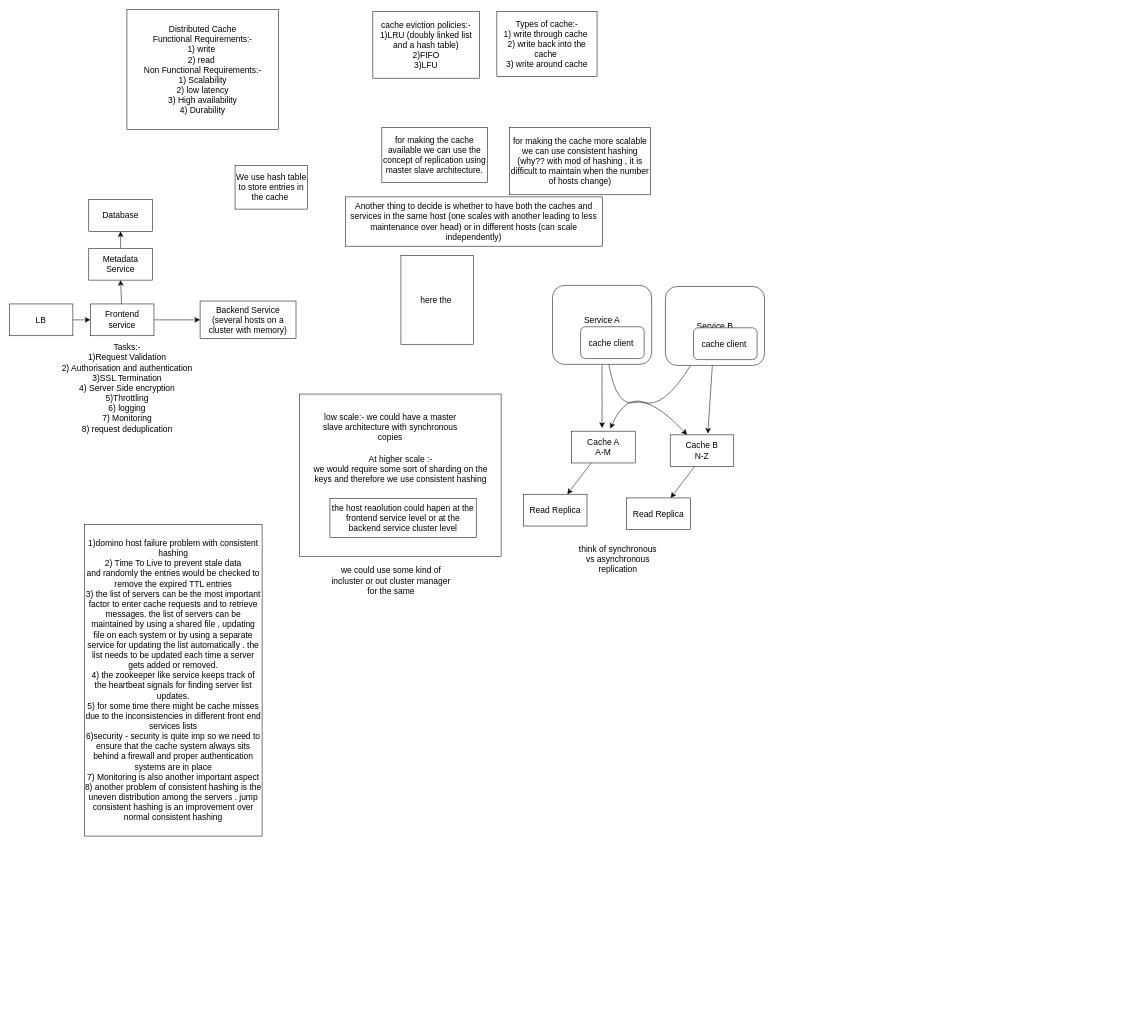
Earlier version of the draw.io diagram page "Distriibuted Cache" (2 of 4) of NonCodeKarleHLD.drawio (DMohanty99/HLD). Source tidied: cells renumbered, new cells numbered last; positions are measured from the earlier drawing's top-left corner, leaving out a move shared by most shapes. Both pictures are drawn from the tidied source at 53%, with x=0, y=0 at pixel (9, 9).
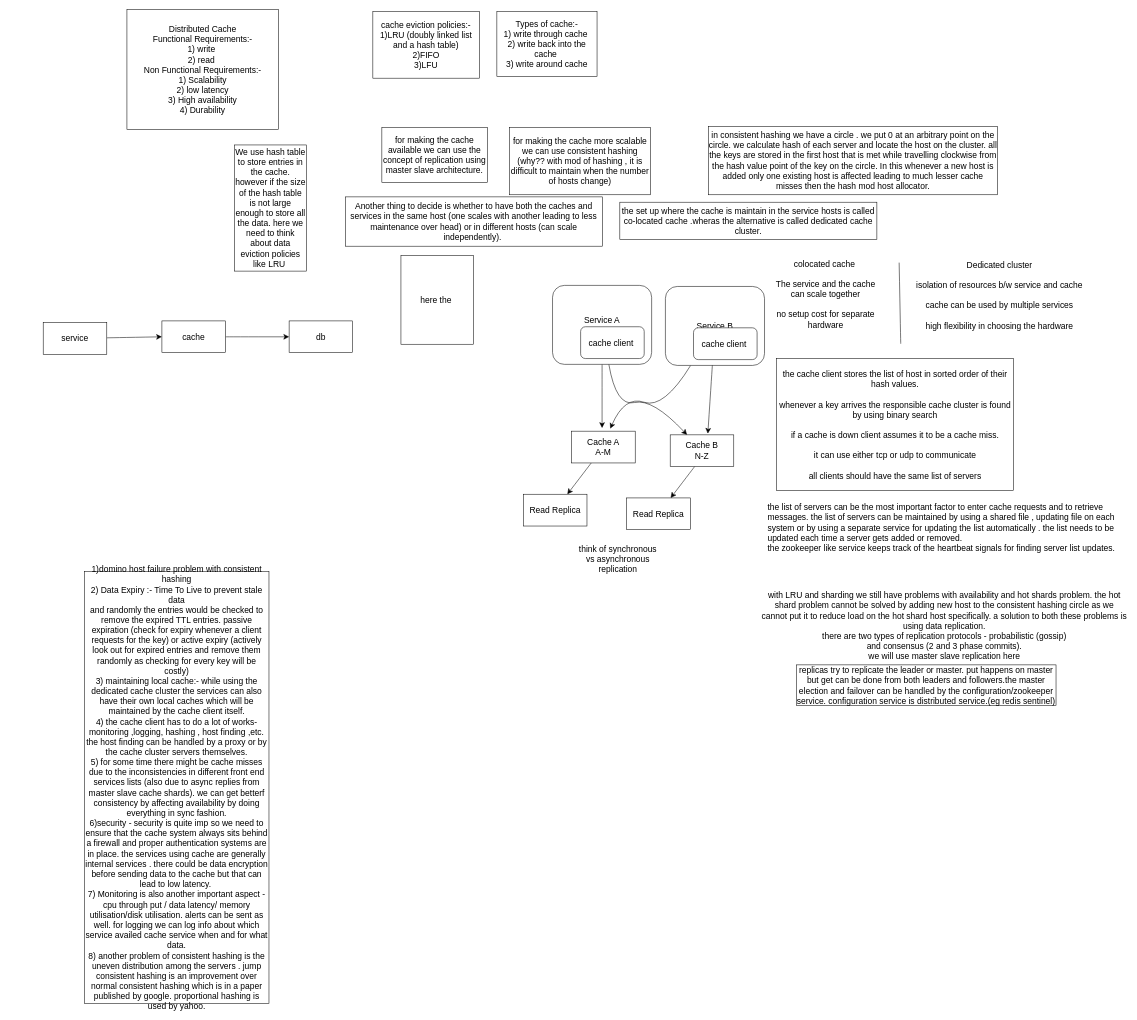
Above is the later version.

Commit message:
Added rate Limiting service

The edit, as a diff of the source:
```diff
@@
-    <mxCell id="10" style="edgeStyle=none;curved=1;rounded=0;jettySize=auto;html=1;fontSize=12;startSize=8;endSize=8;" parent="1" edge="1" source="11" target="14">
-      <mxGeometry relative="1" as="geometry" />
-    </mxCell>
-    <mxCell id="11" value="LB" style="rounded=0;whiteSpace=wrap;html=1;fontSize=16;" parent="1" vertex="1">
-      <mxGeometry y="556" width="120" height="60" as="geometry" />
-    </mxCell>
-    <mxCell id="12" style="edgeStyle=none;curved=1;rounded=0;jettySize=auto;html=1;entryX=0.5;entryY=1;entryDx=0;entryDy=0;fontSize=12;startSize=8;endSize=8;" parent="1" edge="1" source="14" target="17">
-      <mxGeometry relative="1" as="geometry" />
-    </mxCell>
-    <mxCell id="13" style="edgeStyle=none;curved=1;rounded=0;jettySize=auto;html=1;fontSize=12;startSize=8;endSize=8;" parent="1" edge="1" source="14" target="19">
-      <mxGeometry relative="1" as="geometry" />
-    </mxCell>
-    <mxCell id="14" value="Frontend service&lt;br&gt;" style="rounded=0;whiteSpace=wrap;html=1;fontSize=16;" parent="1" vertex="1">
-      <mxGeometry x="153" y="556" width="120" height="60" as="geometry" />
-    </mxCell>
-    <mxCell id="15" value="Tasks:-&lt;br&gt;1)Request Validation&lt;br&gt;2) Authorisation and authentication&lt;br&gt;3)SSL Termination&lt;br&gt;4) Server Side encryption&lt;br&gt;5)Throttling&lt;br&gt;6) logging&lt;br&gt;7) Monitoring&lt;br&gt;8) request deduplication" style="text;html=1;strokeColor=none;fillColor=none;align=center;verticalAlign=middle;whiteSpace=wrap;rounded=0;fontSize=16;" parent="1" vertex="1">
-      <mxGeometry x="77" y="634" width="291" height="162" as="geometry" />
-    </mxCell>
-    <mxCell id="16" style="edgeStyle=none;curved=1;rounded=0;jettySize=auto;html=1;fontSize=12;startSize=8;endSize=8;" parent="1" edge="1" source="17" target="18">
-      <mxGeometry relative="1" as="geometry" />
-    </mxCell>
-    <mxCell id="17" value="Metadata Service" style="rounded=0;whiteSpace=wrap;html=1;fontSize=16;" parent="1" vertex="1">
-      <mxGeometry x="150" y="451" width="120" height="60" as="geometry" />
-    </mxCell>
-    <mxCell id="18" value="Database" style="rounded=0;whiteSpace=wrap;html=1;fontSize=16;" parent="1" vertex="1">
-      <mxGeometry x="150" y="359" width="120" height="60" as="geometry" />
-    </mxCell>
-    <mxCell id="19" value="Backend Service&lt;br&gt;(several hosts on a cluster with memory)" style="whiteSpace=wrap;html=1;fontSize=16;rounded=0;" parent="1" vertex="1">
-      <mxGeometry x="360" y="550.5" width="181" height="71" as="geometry" />
-    </mxCell>
-    <mxCell id="20" style="rounded=0;whiteSpace=wrap;html=1;fontSize=16;" parent="1" vertex="1">
-      <mxGeometry x="548" y="726" width="380" height="306" as="geometry" />
+    <mxCell id="20" value="replicas try to replicate the leader or master. put happens on master but get can be done from both leaders and followers.the master election and failover can be handled by the configuration/zookeeper service. configuration service is distributed service.(eg redis sentinel)" style="rounded=0;whiteSpace=wrap;html=1;fontSize=16;" parent="1" vertex="1">
+      <mxGeometry x="1485" y="1237" width="490" height="77" as="geometry" />
     </mxCell>
-    <mxCell id="21" value="low scale:- we could have a master slave architecture with synchronous copies" style="text;html=1;strokeColor=none;fillColor=none;align=center;verticalAlign=middle;whiteSpace=wrap;rounded=0;fontSize=16;" parent="1" vertex="1">
-      <mxGeometry x="584" y="763" width="270" height="50" as="geometry" />
-    </mxCell>
-    <mxCell id="22" value="At higher scale :-&lt;br&gt;we would require some sort of sharding on the keys and therefore we use consistent hashing" style="text;html=1;strokeColor=none;fillColor=none;align=center;verticalAlign=middle;whiteSpace=wrap;rounded=0;fontSize=16;" parent="1" vertex="1">
-      <mxGeometry x="569.5" y="843" width="337" height="50" as="geometry" />
-    </mxCell>
-    <mxCell id="23" value="the host reaolution could hapen at the frontend service level or at the backend service cluster level" style="rounded=0;whiteSpace=wrap;html=1;fontSize=16;" parent="1" vertex="1">
-      <mxGeometry x="605" y="923" width="276" height="74" as="geometry" />
-    </mxCell>
-    <mxCell id="24" value="we could use some kind of incluster or out cluster manager for the same" style="text;html=1;strokeColor=none;fillColor=none;align=center;verticalAlign=middle;whiteSpace=wrap;rounded=0;fontSize=16;" parent="1" vertex="1">
-      <mxGeometry x="600" y="1037" width="241" height="81" as="geometry" />
-    </mxCell>
-    <mxCell id="25" value="1)domino host failure problem with consistent hashing&lt;br&gt;2) Time To Live to prevent stale data&lt;br&gt;and randomly the entries would be checked to remove the expired TTL entries&lt;br&gt;3) the list of servers can be the most important factor to enter cache requests and to retrieve messages. the list of servers can be maintained by using a shared file , updating file on each system or by using a separate service for updating the list automatically . the list needs to be updated each time a server gets added or removed.&lt;br&gt;4) the zookeeper like service keeps track of the heartbeat signals for finding server list updates.&lt;br&gt;5) for some time there might be cache misses due to the inconsistencies in different front end services lists&lt;br&gt;6)security - security is quite imp so we need to ensure that the cache system always sits behind a firewall and proper authentication systems are in place&lt;br&gt;7) Monitoring is also another important aspect&lt;br&gt;8) another problem of consistent hashing is the uneven distribution among the servers . jump consistent hashing is an improvement over normal consistent hashing" style="rounded=0;whiteSpace=wrap;html=1;fontSize=16;" parent="1" vertex="1">
-      <mxGeometry x="142" y="972" width="335" height="588" as="geometry" />
+    <mxCell id="25" value="1)domino host failure problem with consistent hashing&lt;br&gt;2) Data Expiry :- Time To Live to prevent stale data&lt;br&gt;and randomly the entries would be checked to remove the expired TTL entries. passive expiration (check for expiry whenever a client requests for the key) or active expiry (actively look out for expired entries and remove them randomly as checking for every key will be costly)&lt;br&gt;3) maintaining local cache:- while using the dedicated cache cluster the services can also have their own local caches which will be maintained by the cache client itself.&lt;br&gt;4) the cache client has to do a lot of works- monitoring ,logging, hashing , host finding ,etc. the host finding can be handled by a proxy or by the cache cluster servers themselves.&lt;br&gt;5) for some time there might be cache misses due to the inconsistencies in different front end services lists (also due to async replies from master slave cache shards). we can get betterf consistency by affecting availability by doing everything in sync fashion.&lt;br&gt;6)security - security is quite imp so we need to ensure that the cache system always sits behind a firewall and proper authentication systems are in place. the services using cache are generally internal services . there could be data encryption before sending data to the cache but that can lead to low latency.&amp;nbsp;&lt;br&gt;7) Monitoring is also another important aspect - cpu through put / data latency/ memory utilisation/disk utilisation. alerts can be sent as well. for logging we can log info about which service availed cache service when and for what data.&lt;br&gt;8) another problem of consistent hashing is the uneven distribution among the servers . jump consistent hashing is an improvement over normal consistent hashing which is in a paper published by google. proportional hashing is used by yahoo." style="rounded=0;whiteSpace=wrap;html=1;fontSize=16;" parent="1" vertex="1">
+      <mxGeometry x="142" y="1061" width="348" height="815" as="geometry" />
     </mxCell>
@@
-    <mxCell id="27" value="We use hash table to store entries in the cache&amp;nbsp;" style="rounded=0;whiteSpace=wrap;html=1;fontSize=16;" parent="1" vertex="1">
-      <mxGeometry x="426" y="295" width="137" height="82" as="geometry" />
+    <mxCell id="27" value="We use hash table to store entries in the cache. however if the size of the hash table is not large enough to store all the data. here we need to think about data eviction policies like LRU&amp;nbsp;" style="rounded=0;whiteSpace=wrap;html=1;fontSize=16;" parent="1" vertex="1">
+      <mxGeometry x="425" y="256" width="136" height="238" as="geometry" />
     </mxCell>
-    <mxCell id="28" value="Another thing to decide is whether to have both the caches and services in the same host (one scales with another leading to less maintenance over head) or in different hosts (can scale independently)" style="rounded=0;whiteSpace=wrap;html=1;fontSize=16;" parent="1" vertex="1">
+    <mxCell id="28" value="Another thing to decide is whether to have both the caches and services in the same host (one scales with another leading to less maintenance over head) or in different hosts (can scale independently).&amp;nbsp;" style="rounded=0;whiteSpace=wrap;html=1;fontSize=16;" parent="1" vertex="1">
       <mxGeometry x="634" y="354" width="485" height="93" as="geometry" />
     </mxCell>
@@
+    <mxCell id="41" value="the set up where the cache is maintain in the service hosts is called co-located cache .wheras the alternative is called dedicated cache cluster." style="rounded=0;whiteSpace=wrap;html=1;fontSize=16;" parent="1" vertex="1">
+      <mxGeometry x="1152" y="364" width="485" height="70" as="geometry" />
+    </mxCell>
+    <mxCell id="42" value="colocated cache&amp;nbsp;&lt;br&gt;&lt;br&gt;The service and the cache can scale together&lt;br&gt;&lt;br&gt;no setup cost for separate hardware" style="text;html=1;strokeColor=none;fillColor=none;align=center;verticalAlign=middle;whiteSpace=wrap;rounded=0;fontSize=16;" parent="1" vertex="1">
+      <mxGeometry x="1436" y="482" width="209" height="111" as="geometry" />
+    </mxCell>
+    <mxCell id="43" value="Dedicated cluster&lt;br&gt;&lt;br&gt;isolation of resources b/w service and cache&lt;br&gt;&lt;br&gt;cache can be used by multiple services&lt;br&gt;&lt;br&gt;high flexibility in choosing the hardware" style="text;html=1;align=center;verticalAlign=middle;strokeColor=none;fillColor=none;fontSize=16;" parent="1" vertex="1">
+      <mxGeometry x="1702" y="467" width="332" height="146" as="geometry" />
+    </mxCell>
+    <mxCell id="44" style="endArrow=none;html=1;rounded=0;fontSize=12;startSize=8;endSize=8;curved=1;" parent="1" edge="1">
+      <mxGeometry relative="1" as="geometry">
+        <mxPoint x="1682" y="631" as="sourcePoint" />
+        <mxPoint x="1679" y="478" as="targetPoint" />
+      </mxGeometry>
+    </mxCell>
+    <mxCell id="45" value="in consistent hashing we have a circle . we put 0 at an arbitrary point on the circle. we calculate hash of each server and locate the host on the cluster. all the keys are stored in the first host that is met while travelling clockwise from the hash value point of the key on the circle. In this whenever a new host is added only one existing host is affected leading to much lesser cache misses then the hash mod host allocator." style="rounded=0;whiteSpace=wrap;html=1;fontSize=16;" parent="1" vertex="1">
+      <mxGeometry x="1319" y="221" width="546" height="129" as="geometry" />
+    </mxCell>
+    <mxCell id="46" value="the cache client stores the list of host in sorted order of their hash values.&lt;br&gt;&lt;br&gt;whenever a key arrives the responsible cache cluster is found by using binary search&lt;br&gt;&lt;br&gt;if a cache is down client assumes it to be a cache miss.&lt;br&gt;&lt;br&gt;it can use either tcp or udp to communicate&lt;br&gt;&lt;br&gt;all clients should have the same list of servers" style="rounded=0;whiteSpace=wrap;html=1;fontSize=16;" parent="1" vertex="1">
+      <mxGeometry x="1448" y="659" width="447" height="249" as="geometry" />
+    </mxCell>
+    <mxCell id="47" value="with LRU and sharding we still have problems with availability and hot shards problem. the hot shard problem cannot be solved by adding new host to the consistent hashing circle as we cannot put it to reduce load on the hot shard host specifically. a solution to both these problems is using data replication.&lt;br&gt;there are two types of replication protocols - probabilistic (gossip)&lt;br&gt;and consensus (2 and 3 phase commits).&lt;br&gt;we will use master slave replication here" style="text;html=1;strokeColor=none;fillColor=none;align=center;verticalAlign=middle;whiteSpace=wrap;rounded=0;fontSize=16;" parent="1" vertex="1">
+      <mxGeometry x="1418" y="1080" width="693" height="165" as="geometry" />
+    </mxCell>
+    <mxCell id="48" style="edgeStyle=none;curved=1;rounded=0;jettySize=auto;html=1;entryX=0;entryY=0.5;entryDx=0;entryDy=0;fontSize=12;startSize=8;endSize=8;" parent="1" edge="1" source="49" target="51">
+      <mxGeometry relative="1" as="geometry" />
+    </mxCell>
+    <mxCell id="49" value="service" style="rounded=0;whiteSpace=wrap;html=1;fontSize=16;" parent="1" vertex="1">
+      <mxGeometry x="64" y="591" width="120" height="60" as="geometry" />
+    </mxCell>
+    <mxCell id="50" style="edgeStyle=none;curved=1;rounded=0;jettySize=auto;html=1;fontSize=12;startSize=8;endSize=8;" parent="1" edge="1" source="51" target="52">
+      <mxGeometry relative="1" as="geometry" />
+    </mxCell>
+    <mxCell id="51" value="cache" style="rounded=0;whiteSpace=wrap;html=1;fontSize=16;" parent="1" vertex="1">
+      <mxGeometry x="288" y="588" width="120" height="60" as="geometry" />
+    </mxCell>
+    <mxCell id="52" value="db" style="whiteSpace=wrap;html=1;fontSize=16;rounded=0;" parent="1" vertex="1">
+      <mxGeometry x="528" y="588" width="120" height="60" as="geometry" />
+    </mxCell>
+    <mxCell id="53" value="&lt;span style=&quot;color: rgb(0, 0, 0); font-family: Helvetica; font-size: 16px; font-style: normal; font-variant-ligatures: normal; font-variant-caps: normal; font-weight: 400; letter-spacing: normal; orphans: 2; text-align: center; text-indent: 0px; text-transform: none; widows: 2; word-spacing: 0px; -webkit-text-stroke-width: 0px; background-color: rgb(255, 255, 255); text-decoration-thickness: initial; text-decoration-style: initial; text-decoration-color: initial; float: none; display: inline !important;&quot;&gt;the list of servers can be the most important factor to enter cache requests and to retrieve messages. the list of servers can be maintained by using a shared file , updating file on each system or by using a separate service for updating the list automatically . the list needs to be updated each time a server gets added or removed.&lt;/span&gt;&lt;br style=&quot;border-color: var(--border-color); color: rgb(0, 0, 0); font-family: Helvetica; font-size: 16px; font-style: normal; font-variant-ligatures: normal; font-variant-caps: normal; font-weight: 400; letter-spacing: normal; orphans: 2; text-align: center; text-indent: 0px; text-transform: none; widows: 2; word-spacing: 0px; -webkit-text-stroke-width: 0px; background-color: rgb(255, 255, 255); text-decoration-thickness: initial; text-decoration-style: initial; text-decoration-color: initial;&quot;&gt;&lt;span style=&quot;color: rgb(0, 0, 0); font-family: Helvetica; font-size: 16px; font-style: normal; font-variant-ligatures: normal; font-variant-caps: normal; font-weight: 400; letter-spacing: normal; orphans: 2; text-align: center; text-indent: 0px; text-transform: none; widows: 2; word-spacing: 0px; -webkit-text-stroke-width: 0px; background-color: rgb(255, 255, 255); text-decoration-thickness: initial; text-decoration-style: initial; text-decoration-color: initial; float: none; display: inline !important;&quot;&gt;the zookeeper like service keeps track of the heartbeat signals for finding server list updates.&lt;/span&gt;" style="text;whiteSpace=wrap;html=1;fontSize=16;" parent="1" vertex="1">
+      <mxGeometry x="1429" y="924" width="661" height="156" as="geometry" />
+    </mxCell>
```
